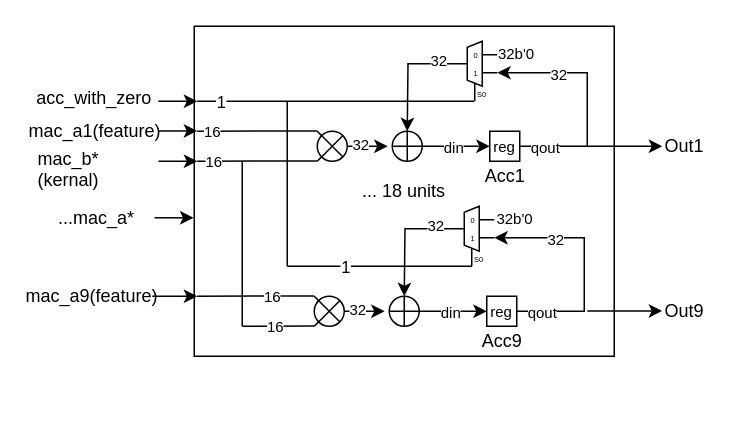
The draw.io diagram Untitled Diagram.drawio in Godblessr/CPAEP_lab, before the edit. Source tidied: cells renumbered, new cells numbered last; positions are measured from the earlier drawing's top-left corner, leaving out a move shared by most shapes. Both pictures are drawn from the tidied source at 150%, with x=0, y=0 at pixel (34, 26).
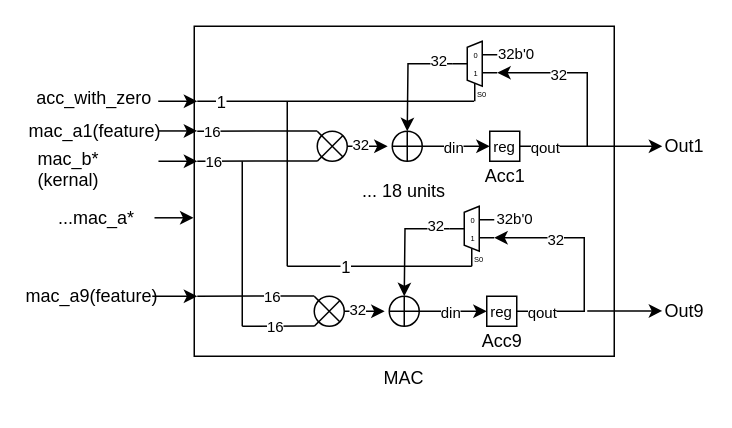
The same diagram, later.

The edit, as a diff of the source:
```diff
@@
+    <mxCell id="66" value="MAC" style="text;html=1;align=center;verticalAlign=middle;whiteSpace=wrap;rounded=0;" parent="1" vertex="1">
+      <mxGeometry x="216" y="220" width="60" height="30" as="geometry" />
+    </mxCell>
```
